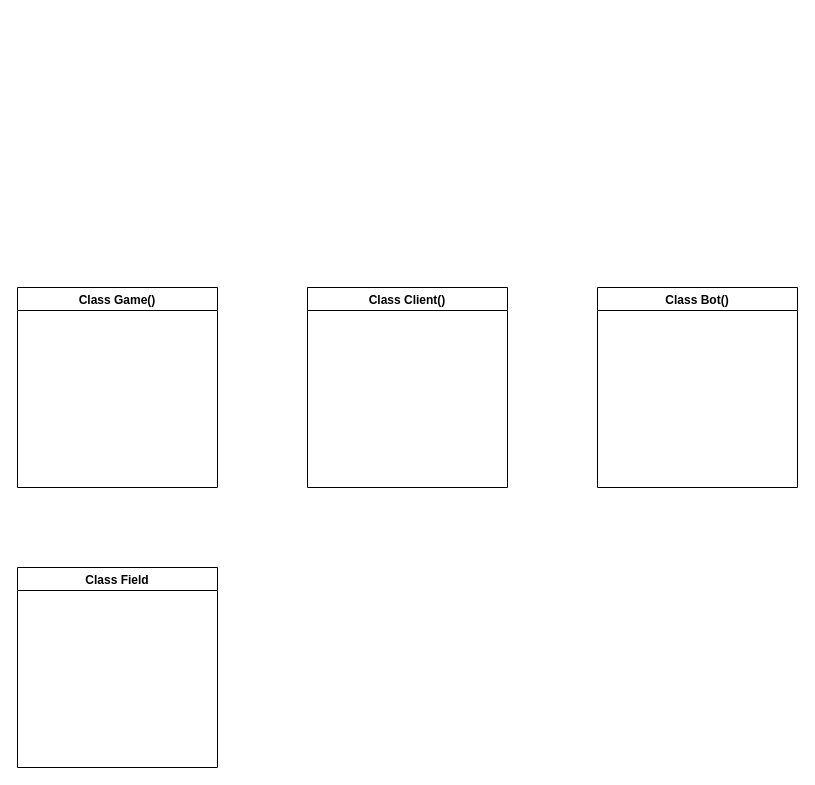
The draw.io diagram page "Structure" (1 of 2) of diagram.drawio in MasterYoooda/Telegame, before the edit. Source tidied: cells renumbered, new cells numbered last; positions are measured from the earlier drawing's top-left corner, leaving out a move shared by most shapes. Both pictures are drawn from the tidied source at 100%, with x=0, y=0 at pixel (17, 287).
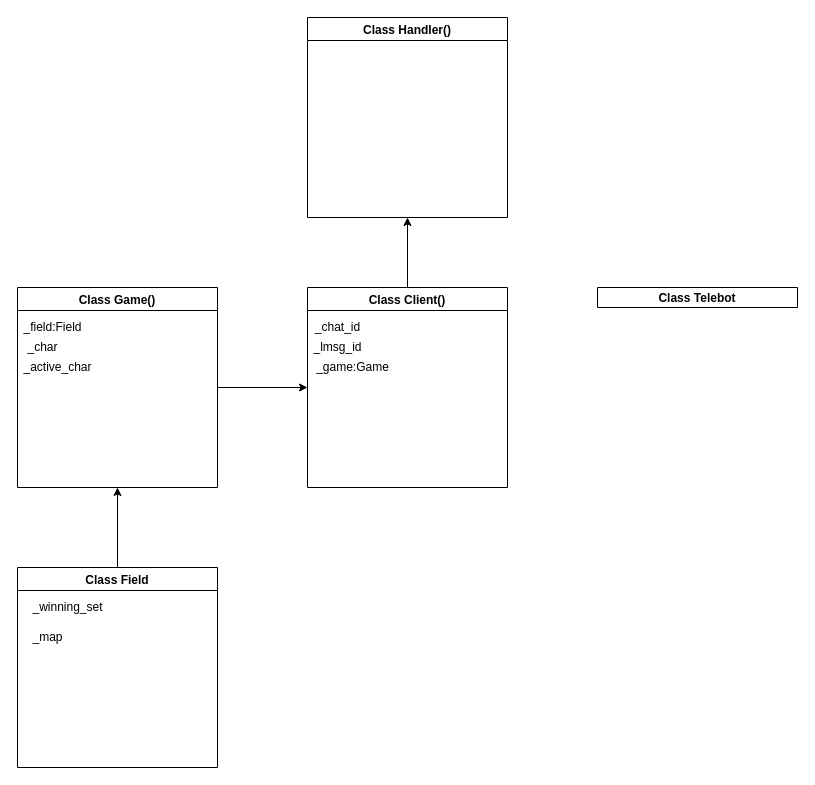
The same diagram, later.

The edit, as a diff of the source:
```diff
@@
 <mxGraphModel>
   <root>
     <mxCell id="0" />
     <mxCell id="1" parent="0" />
+    <mxCell id="6" style="edgeStyle=none;rounded=0;jettySize=auto;html=1;entryX=0;entryY=0.5;entryDx=0;entryDy=0;" parent="1" edge="1" source="2" target="3">
+      <mxGeometry relative="1" as="geometry" />
+    </mxCell>
     <mxCell id="2" value="Class Game()" style="swimlane;startSize=23;" parent="1" vertex="1">
       <mxGeometry width="200" height="200" as="geometry" />
     </mxCell>
+    <mxCell id="7" value="_field:Field" style="text;html=1;align=center;verticalAlign=middle;strokeColor=none;fillColor=none;" parent="2" vertex="1">
+      <mxGeometry y="30" width="70" height="20" as="geometry" />
+    </mxCell>
+    <mxCell id="8" value="_char" style="text;html=1;align=center;verticalAlign=middle;strokeColor=none;fillColor=none;" parent="2" vertex="1">
+      <mxGeometry y="50" width="50" height="20" as="geometry" />
+    </mxCell>
+    <mxCell id="9" value="_active_char" style="text;html=1;align=center;verticalAlign=middle;strokeColor=none;fillColor=none;" parent="2" vertex="1">
+      <mxGeometry y="70" width="80" height="20" as="geometry" />
+    </mxCell>
+    <mxCell id="10" style="edgeStyle=none;rounded=0;jettySize=auto;html=1;entryX=0.5;entryY=1;entryDx=0;entryDy=0;" parent="1" edge="1" source="3" target="17">
+      <mxGeometry relative="1" as="geometry" />
+    </mxCell>
     <mxCell id="3" value="Class Client()" style="swimlane;" parent="1" vertex="1">
       <mxGeometry x="290" width="200" height="200" as="geometry" />
     </mxCell>
+    <mxCell id="11" value="_chat_id" style="text;html=1;align=center;verticalAlign=middle;strokeColor=none;fillColor=none;" parent="3" vertex="1">
+      <mxGeometry y="30" width="60" height="20" as="geometry" />
+    </mxCell>
+    <mxCell id="12" value="_game:Game" style="text;html=1;align=center;verticalAlign=middle;strokeColor=none;fillColor=none;" parent="3" vertex="1">
+      <mxGeometry y="70" width="90" height="20" as="geometry" />
+    </mxCell>
+    <mxCell id="13" value="_lmsg_id" style="text;html=1;align=center;verticalAlign=middle;strokeColor=none;fillColor=none;" parent="3" vertex="1">
+      <mxGeometry y="50" width="60" height="20" as="geometry" />
+    </mxCell>
-    <mxCell id="4" value="Class Bot()" style="swimlane;" parent="1" vertex="1">
-      <mxGeometry x="580" width="200" height="200" as="geometry" />
+    <mxCell id="4" value="Class Telebot" style="swimlane;" parent="1" vertex="1">
+      <mxGeometry x="580" width="200" height="20" as="geometry" />
     </mxCell>
+    <mxCell id="14" style="rounded=0;jettySize=auto;html=1;entryX=0.5;entryY=1;entryDx=0;entryDy=0;" parent="1" edge="1" source="5" target="2">
+      <mxGeometry relative="1" as="geometry" />
+    </mxCell>
-    <mxCell id="5" value="Class Field" style="swimlane;" parent="1" vertex="1">
+    <mxCell id="5" value="Class Field" style="swimlane;startSize=23;" parent="1" vertex="1">
       <mxGeometry y="280" width="200" height="200" as="geometry" />
     </mxCell>
+    <mxCell id="15" value="_winning_set" style="text;html=1;align=center;verticalAlign=middle;strokeColor=none;fillColor=none;" parent="5" vertex="1">
+      <mxGeometry x="5" y="30" width="90" height="20" as="geometry" />
+    </mxCell>
+    <mxCell id="16" value="_map" style="text;html=1;align=center;verticalAlign=middle;strokeColor=none;fillColor=none;" parent="1" vertex="1">
+      <mxGeometry x="5" y="340" width="50" height="20" as="geometry" />
+    </mxCell>
+    <mxCell id="17" value="Class Handler()" style="swimlane;" parent="1" vertex="1">
+      <mxGeometry x="290" y="-270" width="200" height="200" as="geometry" />
+    </mxCell>
   </root>
 </mxGraphModel>
```
